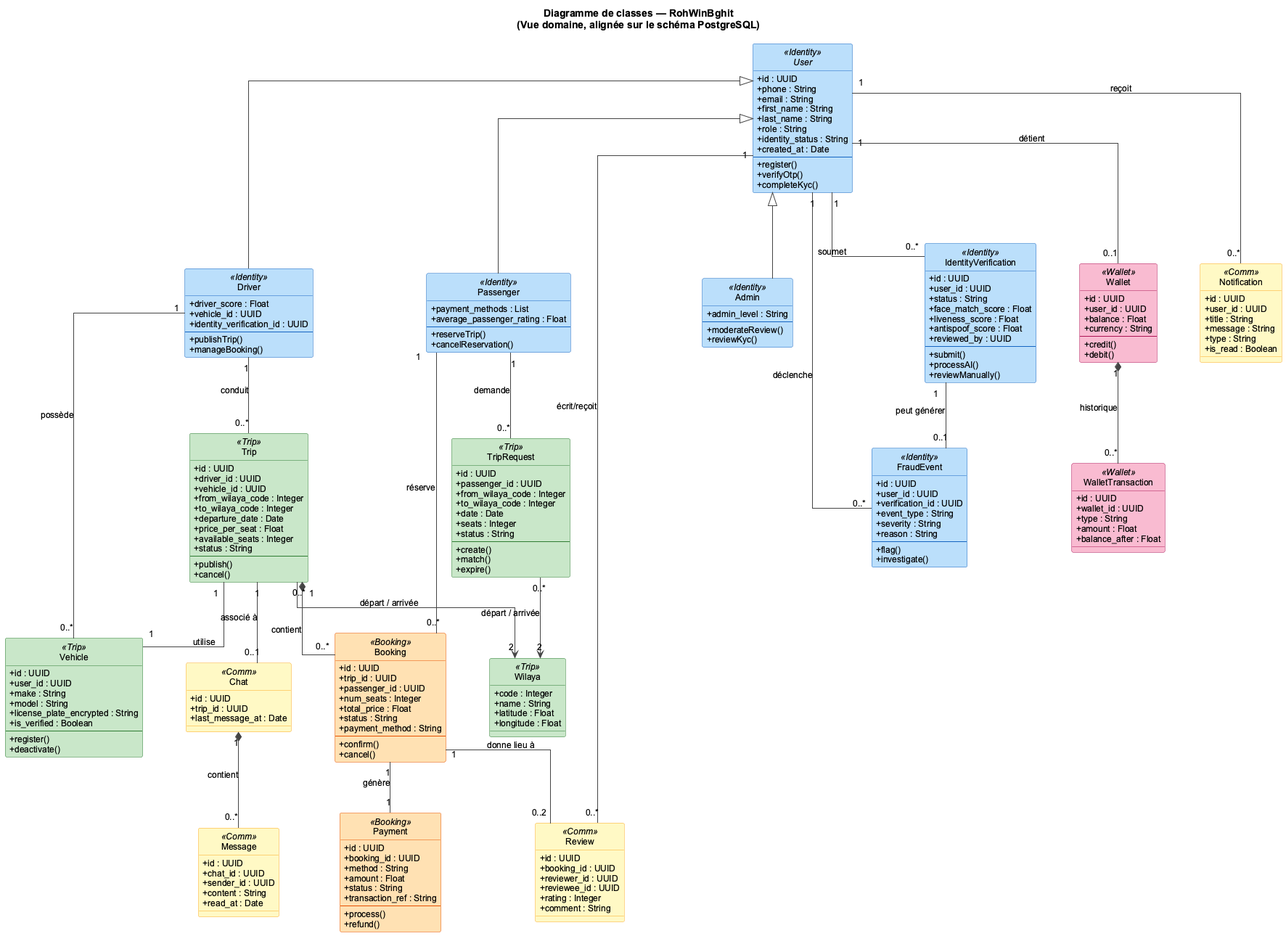
This is figures/fig_class_diagram.png from Belhormamohamed13/Memiore_RohWinBghit, a PlantUML export, as it was before one commit.
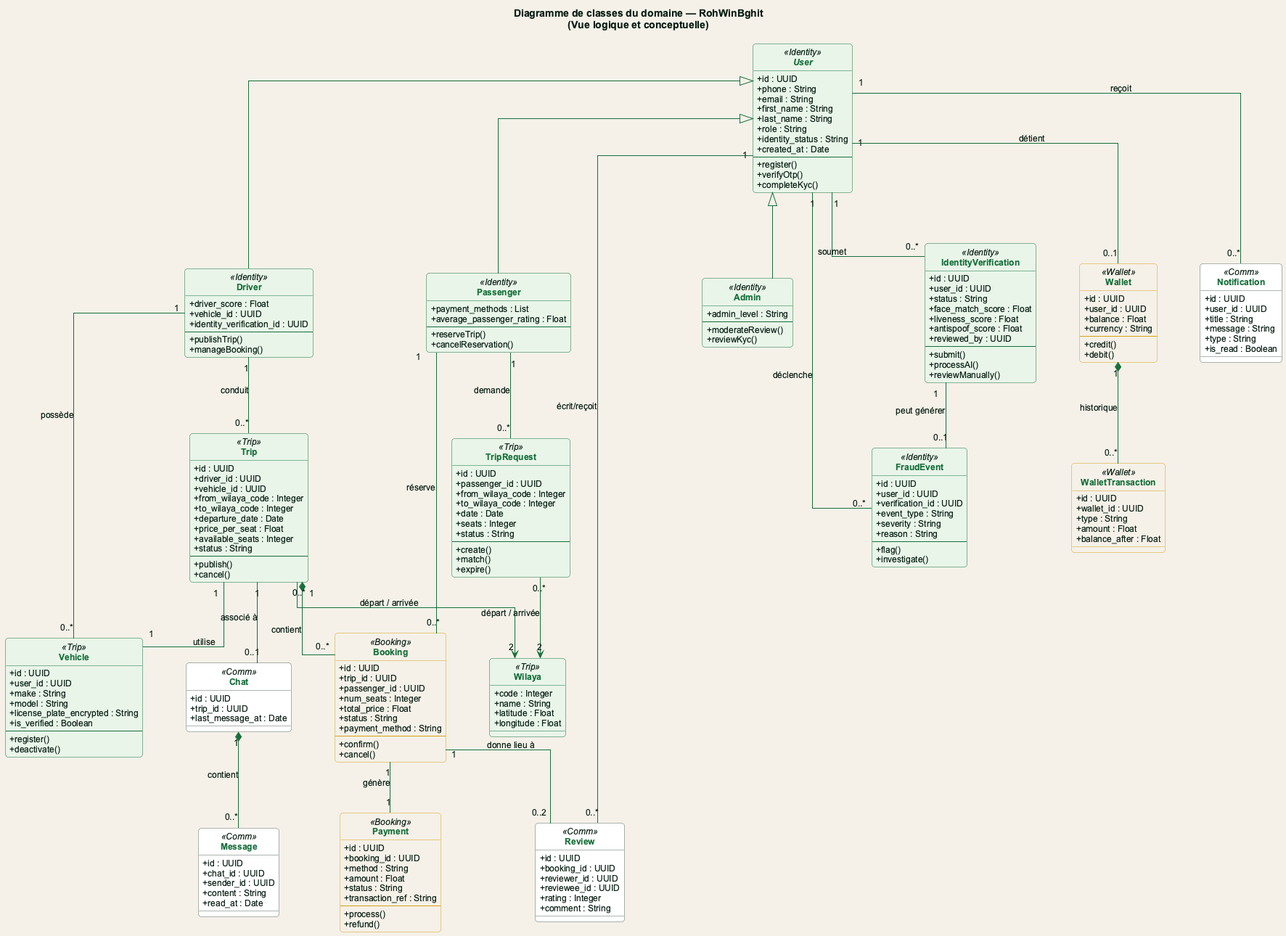
Above is the later version.

Diff of the diagram source:
```diff
@@ -1,30 +1,28 @@
 @startuml fig_class_diagram
+!include theme_rohwinbghit.puml
 skinparam style strictuml
 skinparam classAttributeIconSize 0
-skinparam DefaultFontName Arial
-skinparam DefaultFontSize 12
-skinparam shadowing false
 skinparam linetype ortho
 skinparam nodesep 60
 skinparam ranksep 70
-skinparam ArrowColor #444444
 
 skinparam class {
-  BorderColor #555555
-  BackgroundColor White
-  BackgroundColor<<Identity>> #BBDEFB
-  BackgroundColor<<Trip>> #C8E6C9
-  BackgroundColor<<Booking>> #FFE0B2
-  BackgroundColor<<Wallet>> #F8BBD0
-  BackgroundColor<<Comm>> #FFF9C4
-  BorderColor<<Identity>> #1565C0
-  BorderColor<<Trip>> #2E7D32
-  BorderColor<<Booking>> #E65100
-  BorderColor<<Wallet>> #AD1457
-  BorderColor<<Comm>> #F9A825
+  BorderColor #166E3A
+  BackgroundColor #FFFFFF
+  BackgroundColor<<Identity>> #E8F5E9
+  BackgroundColor<<Trip>> #E8F5E9
+  BackgroundColor<<Booking>> #F5F1E8
+  BackgroundColor<<Wallet>> #F5F1E8
+  BackgroundColor<<Comm>> #FFFFFF
+  BorderColor<<Identity>> #166E3A
+  BorderColor<<Trip>> #166E3A
+  BorderColor<<Booking>> #D4A017
+  BorderColor<<Wallet>> #D4A017
+  BorderColor<<Comm>> #5B6A61
 }
 
-title Diagramme de classes — RohWinBghit\n(Vue domaine, alignée sur le schéma PostgreSQL)
+
+title Diagramme de classes du domaine — RohWinBghit\n(Vue logique et conceptuelle)
 
 abstract class User <<Identity>> {
   + id : UUID
```
